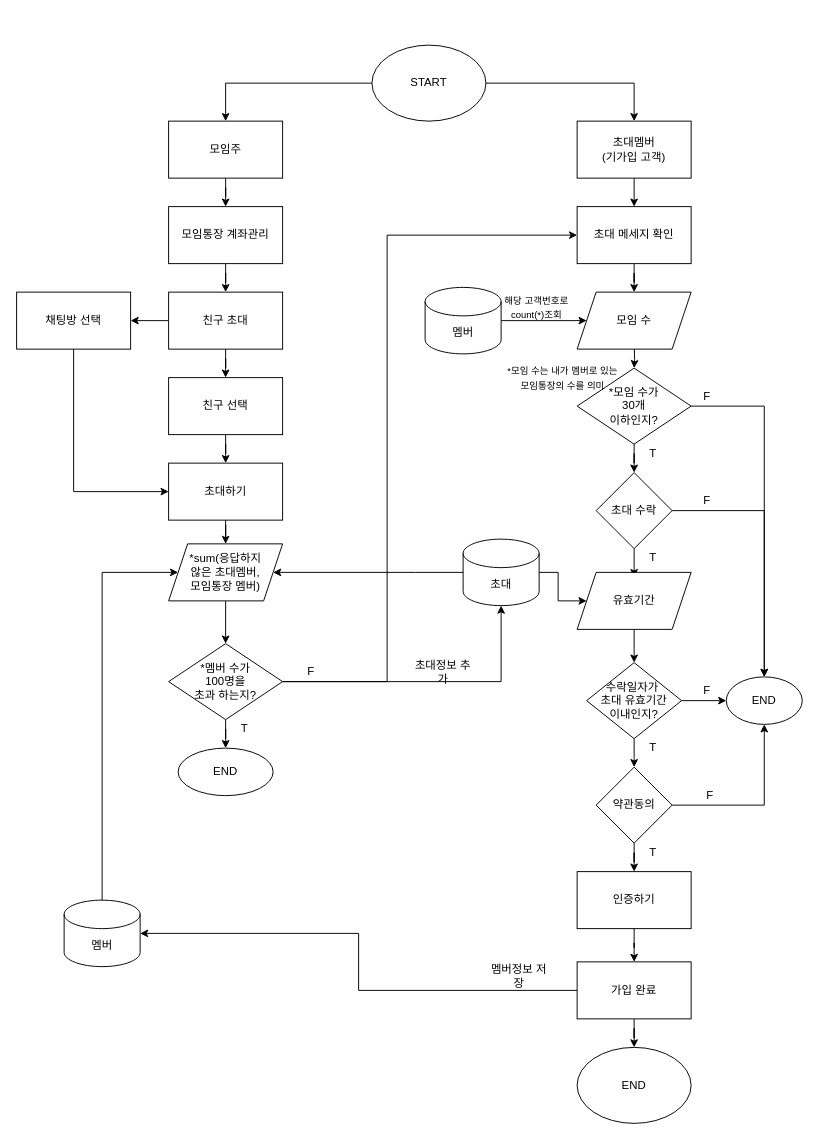
Above: Untitled Diagram_2.drawio in h22j2n/BeakJoon (draw.io), before the change. Source tidied: cells renumbered, new cells numbered last; positions are measured from the earlier drawing's top-left corner, leaving out a move shared by most shapes. Both pictures are drawn from the tidied source at 95%, with x=0, y=0 at pixel (16, 45).
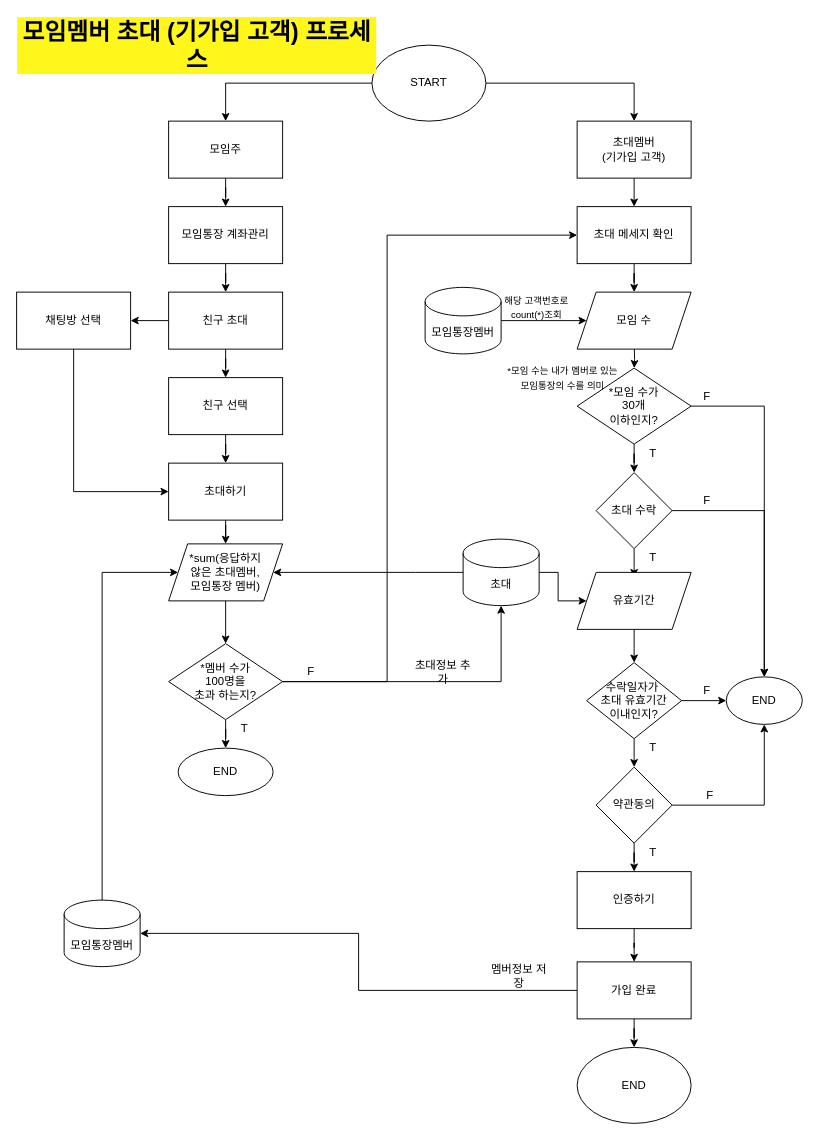
Above is the later version.

Diff of the diagram source:
```diff
@@
-    <mxCell id="57" value="멤버" style="shape=cylinder3;whiteSpace=wrap;html=1;boundedLbl=1;backgroundOutline=1;size=15;" parent="1" vertex="1">
+    <mxCell id="57" value="모임통장멤버" style="shape=cylinder3;whiteSpace=wrap;html=1;boundedLbl=1;backgroundOutline=1;size=15;" parent="1" vertex="1">
       <mxGeometry x="430" y="255" width="80" height="70" as="geometry" />
     </mxCell>
@@
-    <mxCell id="61" value="멤버" style="shape=cylinder3;whiteSpace=wrap;html=1;boundedLbl=1;backgroundOutline=1;size=15;" parent="1" vertex="1">
+    <mxCell id="61" value="모임통장멤버" style="shape=cylinder3;whiteSpace=wrap;html=1;boundedLbl=1;backgroundOutline=1;size=15;" parent="1" vertex="1">
       <mxGeometry x="50" y="900" width="80" height="70" as="geometry" />
     </mxCell>
@@
+    <mxCell id="73" value="&lt;span&gt;모임멤버 초대 (기가입 고객) 프로세스&lt;/span&gt;" style="text;html=1;strokeColor=none;fillColor=none;align=center;verticalAlign=middle;whiteSpace=wrap;rounded=0;fontSize=25;fontStyle=1;labelBackgroundColor=#FFF71C;" parent="1" vertex="1">
+      <mxGeometry y="-10" width="380" height="20" as="geometry" />
+    </mxCell>
```
